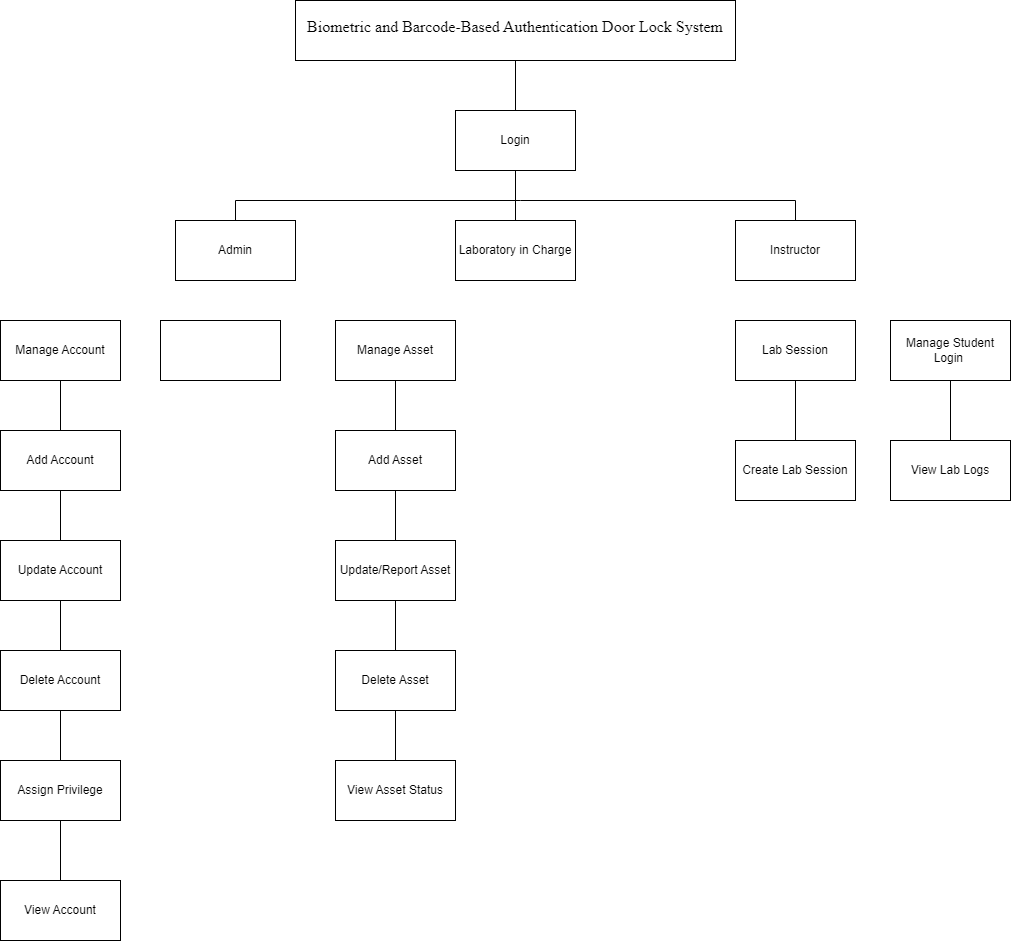
Earlier version of the draw.io export Functional Decomposition Diagram.drawio.png (kaisunoo/Acads). Source tidied: cells renumbered, new cells last; positions are measured from the earlier drawing's top-left corner, leaving out a move shared by most shapes.
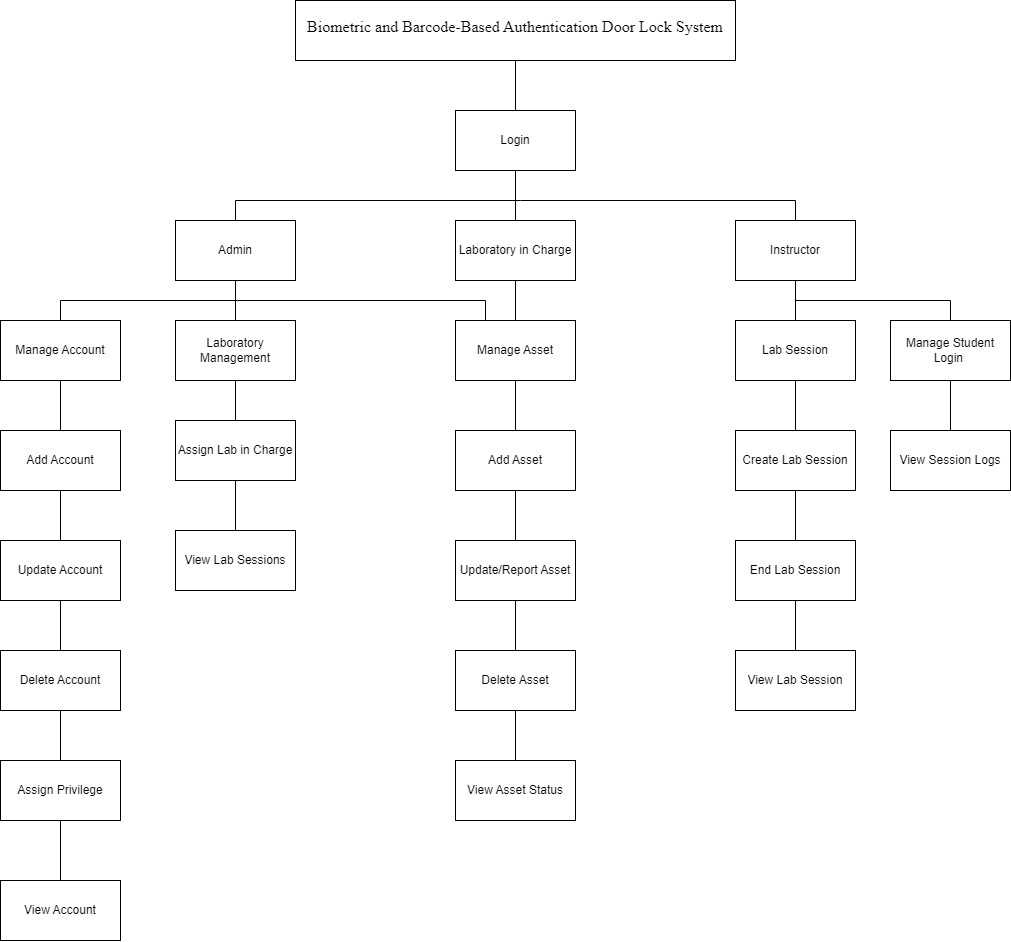
Above is the later version.

The edit, as a diff of the source:
```diff
@@ -46,13 +46,13 @@
       <mxGeometry y="320" width="120" height="60" as="geometry" />
     </mxCell>
     <mxCell id="13" value="Manage Asset" style="rounded=0;whiteSpace=wrap;html=1;" parent="1" vertex="1">
-      <mxGeometry x="335" y="320" width="120" height="60" as="geometry" />
+      <mxGeometry x="455" y="320" width="120" height="60" as="geometry" />
     </mxCell>
     <mxCell id="14" value="Manage Student Login&amp;nbsp;" style="rounded=0;whiteSpace=wrap;html=1;" parent="1" vertex="1">
       <mxGeometry x="890" y="320" width="120" height="60" as="geometry" />
     </mxCell>
     <mxCell id="15" value="Update/Report Asset" style="rounded=0;whiteSpace=wrap;html=1;" parent="1" vertex="1">
-      <mxGeometry x="335" y="540" width="120" height="60" as="geometry" />
+      <mxGeometry x="455" y="540" width="120" height="60" as="geometry" />
     </mxCell>
     <mxCell id="16" value="View Account" style="rounded=0;whiteSpace=wrap;html=1;" parent="1" vertex="1">
       <mxGeometry y="880" width="120" height="60" as="geometry" />
@@ -85,13 +85,13 @@
       <mxGeometry relative="1" as="geometry" />
     </mxCell>
     <mxCell id="26" value="Add Asset" style="rounded=0;whiteSpace=wrap;html=1;" parent="1" vertex="1">
-      <mxGeometry x="335" y="430" width="120" height="60" as="geometry" />
+      <mxGeometry x="455" y="430" width="120" height="60" as="geometry" />
     </mxCell>
     <mxCell id="27" value="Delete Asset" style="rounded=0;whiteSpace=wrap;html=1;" parent="1" vertex="1">
-      <mxGeometry x="335" y="650" width="120" height="60" as="geometry" />
+      <mxGeometry x="455" y="650" width="120" height="60" as="geometry" />
     </mxCell>
     <mxCell id="28" value="View Asset Status" style="rounded=0;whiteSpace=wrap;html=1;" parent="1" vertex="1">
-      <mxGeometry x="335" y="760" width="120" height="60" as="geometry" />
+      <mxGeometry x="455" y="760" width="120" height="60" as="geometry" />
     </mxCell>
     <mxCell id="29" style="endArrow=none;html=1;rounded=0;entryX=0.5;entryY=1;entryDx=0;entryDy=0;exitX=0.5;exitY=0;exitDx=0;exitDy=0;" parent="1" edge="1" source="26" target="13">
       <mxGeometry relative="1" as="geometry" />
@@ -105,17 +105,17 @@
     <mxCell id="32" style="endArrow=none;html=1;rounded=0;entryX=0.5;entryY=1;entryDx=0;entryDy=0;exitX=0.5;exitY=0;exitDx=0;exitDy=0;" parent="1" edge="1" source="28" target="27">
       <mxGeometry relative="1" as="geometry" />
     </mxCell>
-    <mxCell id="33" style="rounded=0;whiteSpace=wrap;html=1;" parent="1" vertex="1">
-      <mxGeometry x="160" y="320" width="120" height="60" as="geometry" />
+    <mxCell id="33" value="Laboratory Management" style="rounded=0;whiteSpace=wrap;html=1;" parent="1" vertex="1">
+      <mxGeometry x="175" y="320" width="120" height="60" as="geometry" />
     </mxCell>
-    <mxCell id="34" value="View Lab Logs" style="rounded=0;whiteSpace=wrap;html=1;" parent="1" vertex="1">
-      <mxGeometry x="890" y="440" width="120" height="60" as="geometry" />
+    <mxCell id="34" value="View Session Logs" style="rounded=0;whiteSpace=wrap;html=1;" parent="1" vertex="1">
+      <mxGeometry x="890" y="430" width="120" height="60" as="geometry" />
     </mxCell>
     <mxCell id="35" style="endArrow=none;html=1;rounded=0;entryX=0.5;entryY=1;entryDx=0;entryDy=0;exitX=0.5;exitY=0;exitDx=0;exitDy=0;" parent="1" edge="1" source="34" target="14">
       <mxGeometry relative="1" as="geometry" />
     </mxCell>
     <mxCell id="36" value="Create Lab Session" style="rounded=0;whiteSpace=wrap;html=1;" parent="1" vertex="1">
-      <mxGeometry x="735" y="440" width="120" height="60" as="geometry" />
+      <mxGeometry x="735" y="430" width="120" height="60" as="geometry" />
     </mxCell>
     <mxCell id="37" value="Lab Session" style="rounded=0;whiteSpace=wrap;html=1;" parent="1" vertex="1">
       <mxGeometry x="735" y="320" width="120" height="60" as="geometry" />
@@ -123,5 +123,62 @@
     <mxCell id="38" style="endArrow=none;html=1;rounded=0;exitX=0.5;exitY=0;exitDx=0;exitDy=0;entryX=0.5;entryY=1;entryDx=0;entryDy=0;entryPerimeter=0;" parent="1" edge="1" source="36" target="37">
       <mxGeometry relative="1" as="geometry" />
     </mxCell>
+    <mxCell id="39" style="endArrow=none;html=1;rounded=0;entryX=0.5;entryY=0;entryDx=0;entryDy=0;exitX=0.5;exitY=1;exitDx=0;exitDy=0;" parent="1" edge="1" source="6" target="37">
+      <mxGeometry relative="1" as="geometry" />
+    </mxCell>
+    <mxCell id="40" style="endArrow=none;html=1;rounded=0;entryX=0.5;entryY=0;entryDx=0;entryDy=0;" parent="1" edge="1" target="14">
+      <mxGeometry relative="1" as="geometry">
+        <mxPoint x="795" y="300" as="sourcePoint" />
+        <Array as="points">
+          <mxPoint x="950" y="300" />
+        </Array>
+      </mxGeometry>
+    </mxCell>
+    <mxCell id="41" value="View Lab Session" style="rounded=0;whiteSpace=wrap;html=1;" parent="1" vertex="1">
+      <mxGeometry x="735" y="650" width="120" height="60" as="geometry" />
+    </mxCell>
+    <mxCell id="42" style="endArrow=none;html=1;rounded=0;exitX=0.5;exitY=0;exitDx=0;exitDy=0;entryX=0.5;entryY=1;entryDx=0;entryDy=0;" parent="1" edge="1" source="41" target="47">
+      <mxGeometry relative="1" as="geometry" />
+    </mxCell>
+    <mxCell id="43" value="Assign Lab in Charge" style="rounded=0;whiteSpace=wrap;html=1;" parent="1" vertex="1">
+      <mxGeometry x="175" y="420" width="120" height="60" as="geometry" />
+    </mxCell>
+    <mxCell id="44" value="View Lab Sessions" style="rounded=0;whiteSpace=wrap;html=1;" parent="1" vertex="1">
+      <mxGeometry x="175" y="530" width="120" height="60" as="geometry" />
+    </mxCell>
+    <mxCell id="45" style="endArrow=none;html=1;rounded=0;entryX=0.5;entryY=1;entryDx=0;entryDy=0;exitX=0.5;exitY=0;exitDx=0;exitDy=0;" parent="1" edge="1" source="43" target="33">
+      <mxGeometry relative="1" as="geometry" />
+    </mxCell>
+    <mxCell id="46" style="endArrow=none;html=1;rounded=0;entryX=0.5;entryY=1;entryDx=0;entryDy=0;exitX=0.5;exitY=0;exitDx=0;exitDy=0;" parent="1" edge="1" source="44" target="43">
+      <mxGeometry relative="1" as="geometry" />
+    </mxCell>
+    <mxCell id="47" value="End Lab Session" style="rounded=0;whiteSpace=wrap;html=1;" parent="1" vertex="1">
+      <mxGeometry x="735" y="540" width="120" height="60" as="geometry" />
+    </mxCell>
+    <mxCell id="48" style="endArrow=none;html=1;rounded=0;entryX=0.5;entryY=1;entryDx=0;entryDy=0;exitX=0.5;exitY=0;exitDx=0;exitDy=0;" parent="1" edge="1" source="47" target="36">
+      <mxGeometry relative="1" as="geometry" />
+    </mxCell>
+    <mxCell id="49" style="endArrow=none;html=1;rounded=0;entryX=0.5;entryY=1;entryDx=0;entryDy=0;exitX=0.5;exitY=0;exitDx=0;exitDy=0;" parent="1" edge="1" source="13" target="7">
+      <mxGeometry relative="1" as="geometry" />
+    </mxCell>
+    <mxCell id="50" style="endArrow=none;html=1;rounded=0;entryX=0.5;entryY=1;entryDx=0;entryDy=0;exitX=0.5;exitY=0;exitDx=0;exitDy=0;" parent="1" edge="1" source="33" target="8">
+      <mxGeometry relative="1" as="geometry" />
+    </mxCell>
+    <mxCell id="51" style="endArrow=none;html=1;rounded=0;exitX=0.5;exitY=0;exitDx=0;exitDy=0;" parent="1" edge="1" source="12">
+      <mxGeometry relative="1" as="geometry">
+        <mxPoint x="235" y="300" as="targetPoint" />
+        <Array as="points">
+          <mxPoint x="60" y="300" />
+        </Array>
+      </mxGeometry>
+    </mxCell>
+    <mxCell id="52" style="endArrow=none;html=1;rounded=0;entryX=0.25;entryY=0;entryDx=0;entryDy=0;" parent="1" edge="1" target="13">
+      <mxGeometry relative="1" as="geometry">
+        <mxPoint x="235" y="300" as="sourcePoint" />
+        <Array as="points">
+          <mxPoint x="485" y="300" />
+        </Array>
+      </mxGeometry>
+    </mxCell>
   </root>
 </mxGraphModel>
```
